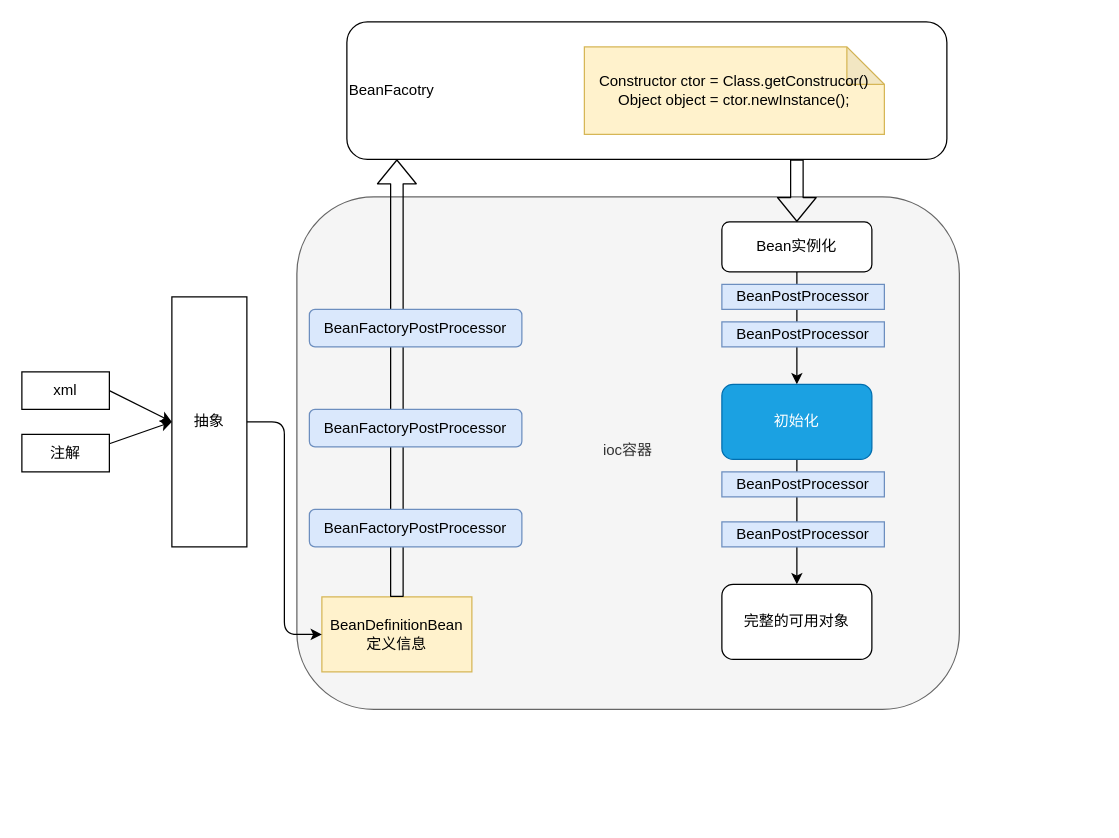
Before: spring bean 创建流程.drawio in longhao1213/flowchart, a draw.io diagram. Source tidied: cells renumbered, new cells numbered last; positions are measured from the earlier drawing's top-left corner, leaving out a move shared by most shapes. Both pictures are drawn from the tidied source at 125%, with x=0, y=0 at pixel (21, 21).
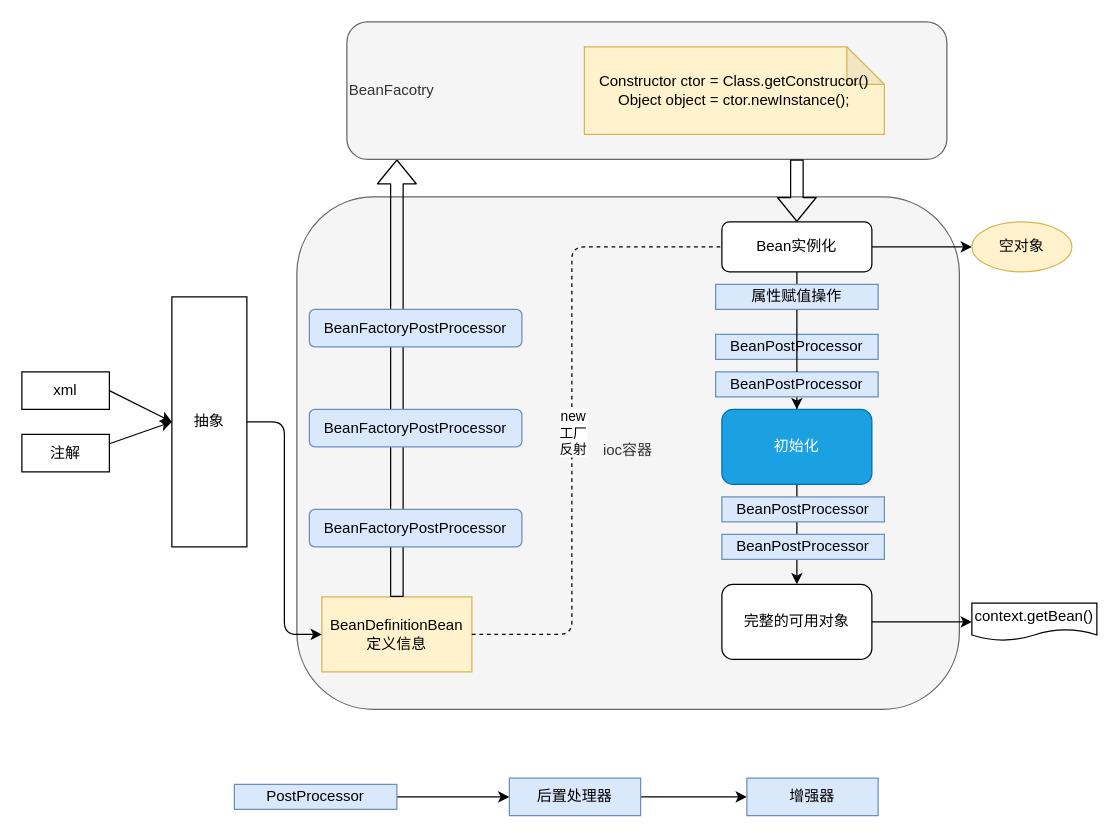
The same diagram, later.

The change refers to these unchanged cells:
```xml
<mxCell id="8" value="BeanDefinitionBean定义信息" style="rounded=0;whiteSpace=wrap;html=1;fillColor=#fff2cc;strokeColor=#d6b656;" parent="1" vertex="1">
  <mxGeometry x="240" y="460" width="120" height="60" as="geometry" />
</mxCell>
<mxCell id="17" value="Bean实例化" style="rounded=1;whiteSpace=wrap;html=1;" parent="1" vertex="1">
  <mxGeometry x="560" y="160" width="120" height="40" as="geometry" />
</mxCell>
<mxCell id="21" value="完整的可用对象" style="whiteSpace=wrap;html=1;rounded=1;" parent="1" vertex="1">
  <mxGeometry x="560" y="450" width="120" height="60" as="geometry" />
</mxCell>
```

Change to the diagram source:
```diff
@@
-    <mxCell id="14" value="BeanFacotry" style="rounded=1;whiteSpace=wrap;html=1;align=left;" parent="1" vertex="1">
+    <mxCell id="14" value="BeanFacotry" style="rounded=1;whiteSpace=wrap;html=1;align=left;fillColor=#f5f5f5;strokeColor=#666666;fontColor=#333333;" parent="1" vertex="1">
       <mxGeometry x="260" width="480" height="110" as="geometry" />
     </mxCell>
@@
-    <mxCell id="16" style="edgeStyle=orthogonalEdgeStyle;rounded=0;jettySize=auto;html=1;" parent="1" edge="1" source="17" target="20">
+    <mxCell id="16" style="edgeStyle=orthogonalEdgeStyle;rounded=0;jettySize=auto;html=1;startArrow=none;" parent="1" edge="1" source="23" target="20">
       <mxGeometry relative="1" as="geometry" />
     </mxCell>
+    <mxCell id="26" style="edgeStyle=orthogonalEdgeStyle;rounded=0;jettySize=auto;html=1;" parent="1" edge="1" source="17" target="28">
+      <mxGeometry relative="1" as="geometry" />
+    </mxCell>
@@
     <mxCell id="20" value="初始化" style="whiteSpace=wrap;html=1;rounded=1;fillColor=#1ba1e2;strokeColor=#006EAF;fontColor=#ffffff;" parent="1" vertex="1">
-      <mxGeometry x="560" y="290" width="120" height="60" as="geometry" />
+      <mxGeometry x="560" y="310" width="120" height="60" as="geometry" />
     </mxCell>
+    <mxCell id="27" style="edgeStyle=orthogonalEdgeStyle;rounded=0;jettySize=auto;html=1;" parent="1" edge="1" source="21" target="29">
+      <mxGeometry relative="1" as="geometry" />
+    </mxCell>
@@
     <mxCell id="22" value="BeanPostProcessor" style="rounded=0;whiteSpace=wrap;html=1;fillColor=#dae8fc;strokeColor=#6c8ebf;" parent="1" vertex="1">
-      <mxGeometry x="560" y="210" width="130" height="20" as="geometry" />
+      <mxGeometry x="555" y="250" width="130" height="20" as="geometry" />
     </mxCell>
-    <mxCell id="23" value="BeanPostProcessor" style="rounded=0;whiteSpace=wrap;html=1;fillColor=#dae8fc;strokeColor=#6c8ebf;" parent="1" vertex="1">
-      <mxGeometry x="560" y="240" width="130" height="20" as="geometry" />
-    </mxCell>
     <mxCell id="24" value="BeanPostProcessor" style="rounded=0;whiteSpace=wrap;html=1;fillColor=#dae8fc;strokeColor=#6c8ebf;" parent="1" vertex="1">
-      <mxGeometry x="560" y="360" width="130" height="20" as="geometry" />
+      <mxGeometry x="560" y="380" width="130" height="20" as="geometry" />
     </mxCell>
     <mxCell id="25" value="BeanPostProcessor" style="rounded=0;whiteSpace=wrap;html=1;fillColor=#dae8fc;strokeColor=#6c8ebf;" parent="1" vertex="1">
-      <mxGeometry x="560" y="400" width="130" height="20" as="geometry" />
+      <mxGeometry x="560" y="410" width="130" height="20" as="geometry" />
     </mxCell>
+    <mxCell id="28" value="空对象" style="ellipse;whiteSpace=wrap;html=1;rounded=1;fillColor=#fff2cc;strokeColor=#d6b656;" parent="1" vertex="1">
+      <mxGeometry x="760" y="160" width="80" height="40" as="geometry" />
+    </mxCell>
+    <mxCell id="29" value="context.getBean()" style="shape=document;whiteSpace=wrap;html=1;boundedLbl=1;rounded=1;" parent="1" vertex="1">
+      <mxGeometry x="760" y="465" width="100" height="30" as="geometry" />
+    </mxCell>
+    <mxCell id="30" style="endArrow=none;dashed=1;html=1;exitX=1;exitY=0.5;exitDx=0;exitDy=0;entryX=0;entryY=0.5;entryDx=0;entryDy=0;" parent="1" edge="1" source="8" target="17">
+      <mxGeometry relative="1" as="geometry">
+        <Array as="points">
+          <mxPoint x="440" y="490" />
+          <mxPoint x="440" y="180" />
+        </Array>
+      </mxGeometry>
+    </mxCell>
+    <mxCell id="31" value="new&lt;br&gt;工厂&lt;br&gt;反射" style="edgeLabel;html=1;align=center;verticalAlign=middle;" parent="30" vertex="1">
+      <mxGeometry x="-0.05" relative="1" as="geometry" />
+    </mxCell>
+    <mxCell id="23" value="BeanPostProcessor" style="rounded=0;whiteSpace=wrap;html=1;fillColor=#dae8fc;strokeColor=#6c8ebf;" parent="1" vertex="1">
+      <mxGeometry x="555" y="280" width="130" height="20" as="geometry" />
+    </mxCell>
+    <mxCell id="32" style="edgeStyle=orthogonalEdgeStyle;rounded=0;jettySize=auto;html=1;endArrow=none;" parent="1" edge="1" source="17" target="23">
+      <mxGeometry relative="1" as="geometry" />
+    </mxCell>
+    <mxCell id="33" value="属性赋值操作" style="rounded=0;whiteSpace=wrap;html=1;fillColor=#dae8fc;strokeColor=#6c8ebf;" parent="1" vertex="1">
+      <mxGeometry x="555" y="210" width="130" height="20" as="geometry" />
+    </mxCell>
+    <mxCell id="34" style="edgeStyle=orthogonalEdgeStyle;rounded=0;jettySize=auto;html=1;" parent="1" edge="1" source="35" target="37">
+      <mxGeometry relative="1" as="geometry" />
+    </mxCell>
+    <mxCell id="35" value="PostProcessor" style="rounded=0;whiteSpace=wrap;html=1;fillColor=#dae8fc;strokeColor=#6c8ebf;" parent="1" vertex="1">
+      <mxGeometry x="170" y="610" width="130" height="20" as="geometry" />
+    </mxCell>
+    <mxCell id="36" style="edgeStyle=orthogonalEdgeStyle;rounded=0;jettySize=auto;html=1;" parent="1" edge="1" source="37" target="38">
+      <mxGeometry relative="1" as="geometry" />
+    </mxCell>
+    <mxCell id="37" value="后置处理器" style="whiteSpace=wrap;html=1;rounded=0;strokeColor=#6c8ebf;fillColor=#dae8fc;" parent="1" vertex="1">
+      <mxGeometry x="390" y="605" width="105" height="30" as="geometry" />
+    </mxCell>
+    <mxCell id="38" value="增强器" style="whiteSpace=wrap;html=1;rounded=0;strokeColor=#6c8ebf;fillColor=#dae8fc;" parent="1" vertex="1">
+      <mxGeometry x="580" y="605" width="105" height="30" as="geometry" />
+    </mxCell>
```
